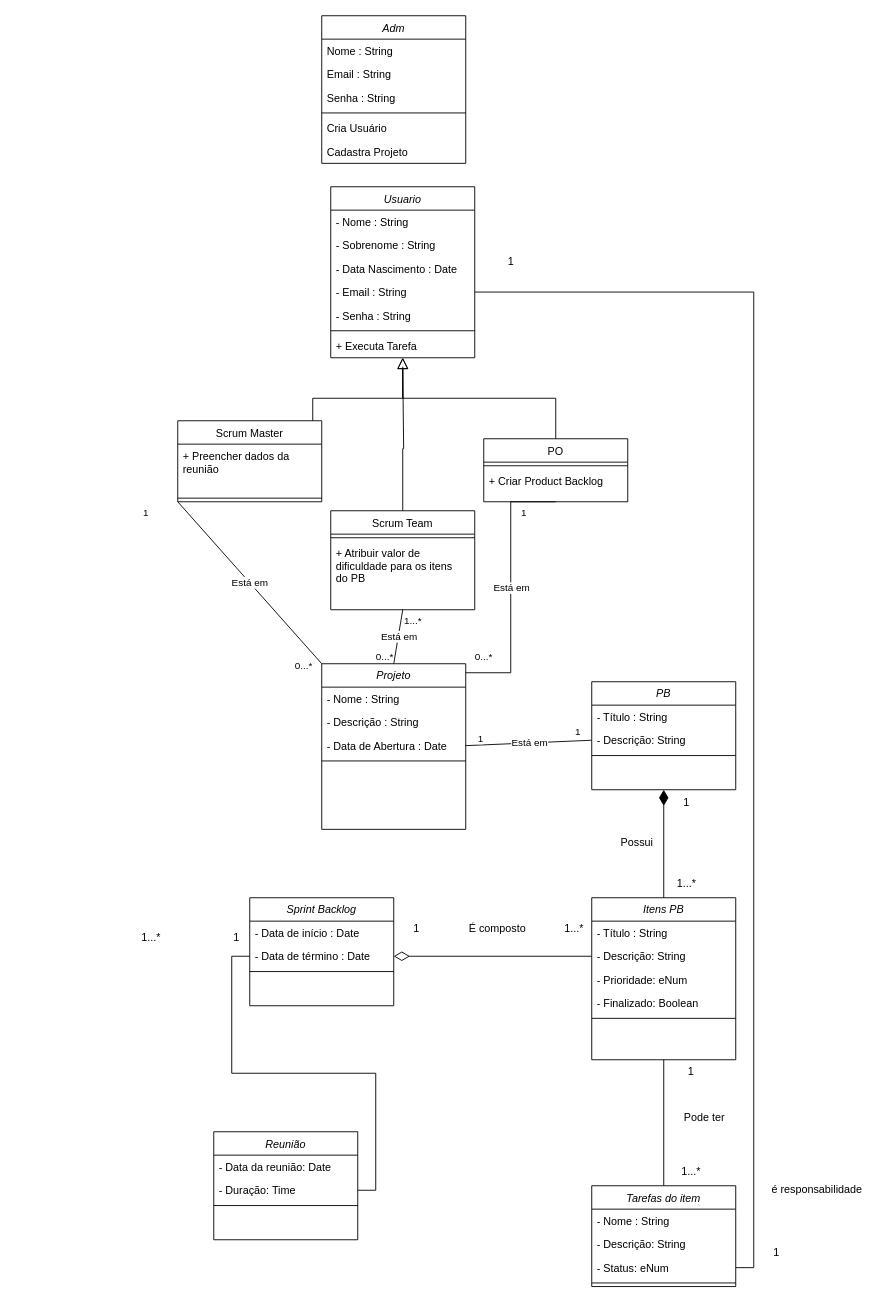
Before: Diagrama sem nome.drawio in JoaoLucasLourenco/academia, a draw.io diagram. Source tidied: cells renumbered, new cells numbered last; positions are measured from the earlier drawing's top-left corner, leaving out a move shared by most shapes. Both pictures are drawn from the tidied source at 90%, with x=0, y=0 at pixel (132, 15).
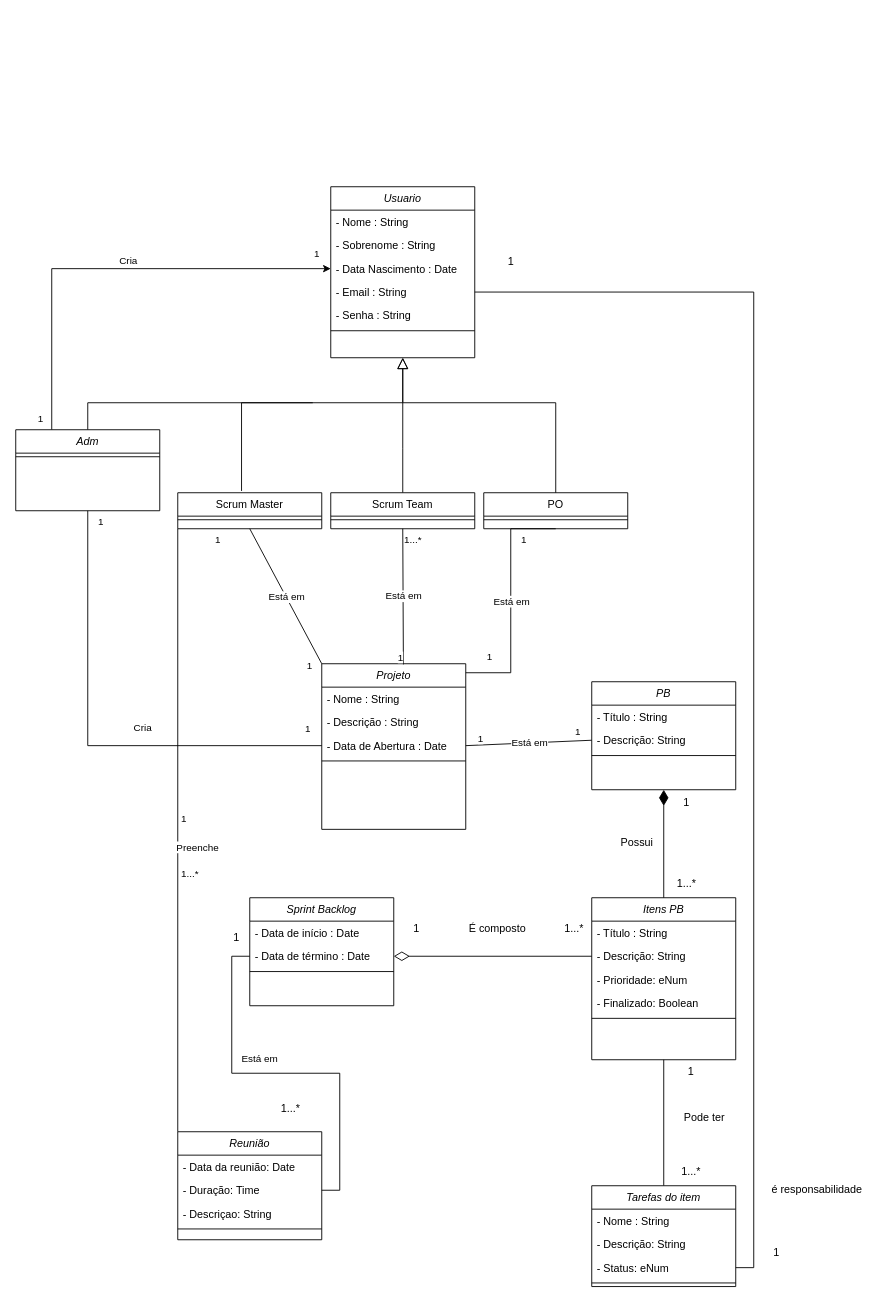
The same page after the edit.

The change refers to these unchanged cells:
```xml
<mxCell id="2" value="Usuario" style="swimlane;fontStyle=2;align=center;verticalAlign=top;horizontal=1;startSize=26;rounded=0;shadow=0;strokeWidth=1;" parent="1" vertex="1">
  <mxGeometry x="220" y="190" width="160" height="190" as="geometry" />
</mxCell>
<mxCell id="5" value="- Data Nascimento : Date" style="text;align=left;verticalAlign=top;spacingLeft=4;spacingRight=4;overflow=hidden;points=[[0,0.5],[1,0.5]];portConstraint=eastwest;" parent="2" vertex="1">
  <mxGeometry y="78" width="160" height="26" as="geometry" />
</mxCell>
<mxCell id="22" value="Projeto" style="swimlane;fontStyle=2;align=center;verticalAlign=top;horizontal=1;startSize=26;rounded=0;shadow=0;strokeWidth=1;" parent="1" vertex="1">
  <mxGeometry x="210" y="720" width="160" height="184" as="geometry" />
</mxCell>
<mxCell id="25" value="- Data de Abertura : Date" style="text;align=left;verticalAlign=top;spacingLeft=4;spacingRight=4;overflow=hidden;points=[[0,0.5],[1,0.5]];portConstraint=eastwest;" parent="22" vertex="1">
  <mxGeometry y="78" width="160" height="26" as="geometry" />
</mxCell>
<mxCell id="43" style="endArrow=none;html=1;rounded=0;entryX=1;entryY=0;entryDx=0;entryDy=0;exitX=0.5;exitY=1;exitDx=0;exitDy=0;edgeStyle=elbowEdgeStyle;endFill=0;" parent="1" edge="1" source="11">
  <mxGeometry relative="1" as="geometry">
    <mxPoint x="370" y="730" as="targetPoint" />
  </mxGeometry>
</mxCell>
```

The edit, as a diff of the source:
```diff
@@
-    <mxCell id="9" value="+ Executa Tarefa" style="text;align=left;verticalAlign=top;spacingLeft=4;spacingRight=4;overflow=hidden;" parent="2" vertex="1">
-      <mxGeometry y="164" width="160" height="26" as="geometry" />
-    </mxCell>
-    <mxCell id="10" style="endArrow=block;endSize=10;endFill=0;shadow=0;strokeWidth=1;rounded=0;curved=0;edgeStyle=elbowEdgeStyle;elbow=vertical;" parent="1" edge="1" target="2">
+    <mxCell id="10" style="endArrow=block;endSize=10;endFill=0;shadow=0;strokeWidth=1;rounded=0;curved=0;edgeStyle=elbowEdgeStyle;elbow=vertical;exitX=0.443;exitY=-0.05;exitDx=0;exitDy=0;exitPerimeter=0;" parent="1" edge="1" source="27" target="2">
       <mxGeometry relative="1" as="geometry">
-        <mxPoint x="200" y="470" as="sourcePoint" />
+        <Array as="points">
+          <mxPoint x="210" y="430" />
+        </Array>
       </mxGeometry>
     </mxCell>
     <mxCell id="11" value="PO" style="swimlane;fontStyle=0;align=center;verticalAlign=top;horizontal=1;startSize=26;rounded=0;shadow=0;strokeWidth=1;" parent="1" vertex="1">
-      <mxGeometry x="390" y="470" width="160" height="70" as="geometry" />
+      <mxGeometry x="390" y="530" width="160" height="40" as="geometry" />
     </mxCell>
@@
-    <mxCell id="13" value="+ Criar Product Backlog" style="text;align=left;verticalAlign=top;spacingLeft=4;spacingRight=4;overflow=hidden;" parent="11" vertex="1">
-      <mxGeometry y="34" width="160" height="26" as="geometry" />
-    </mxCell>
-    <mxCell id="14" style="endArrow=block;endSize=10;endFill=0;shadow=0;strokeWidth=1;rounded=0;curved=0;edgeStyle=elbowEdgeStyle;elbow=vertical;" parent="1" edge="1" source="11" target="2">
-      <mxGeometry relative="1" as="geometry" />
+    <mxCell id="14" style="endArrow=block;endSize=10;endFill=0;shadow=0;strokeWidth=1;rounded=0;curved=0;edgeStyle=elbowEdgeStyle;elbow=vertical;exitX=0.5;exitY=0;exitDx=0;exitDy=0;" parent="1" edge="1" source="11" target="2">
+      <mxGeometry relative="1" as="geometry">
+        <Array as="points">
+          <mxPoint x="390" y="430" />
+        </Array>
+      </mxGeometry>
     </mxCell>
+    <mxCell id="93" style="edgeStyle=orthogonalEdgeStyle;rounded=0;jettySize=auto;html=1;endArrow=none;endFill=0;" parent="1" edge="1" source="15">
+      <mxGeometry relative="1" as="geometry">
+        <mxPoint x="200" y="430" as="targetPoint" />
+        <Array as="points">
+          <mxPoint x="-50" y="430" />
+        </Array>
+      </mxGeometry>
+    </mxCell>
+    <mxCell id="94" style="edgeStyle=orthogonalEdgeStyle;rounded=0;jettySize=auto;html=1;entryX=0;entryY=0.5;entryDx=0;entryDy=0;endArrow=none;endFill=0;" parent="1" edge="1" source="15" target="25">
+      <mxGeometry relative="1" as="geometry" />
+    </mxCell>
+    <mxCell id="95" style="edgeStyle=orthogonalEdgeStyle;rounded=0;jettySize=auto;html=1;exitX=0.25;exitY=0;exitDx=0;exitDy=0;" parent="1" edge="1" source="15" target="5">
+      <mxGeometry relative="1" as="geometry" />
+    </mxCell>
     <mxCell id="15" value="Adm" style="swimlane;fontStyle=2;align=center;verticalAlign=top;horizontal=1;startSize=26;rounded=0;shadow=0;strokeWidth=1;" parent="1" vertex="1">
-      <mxGeometry x="210" width="160" height="164" as="geometry" />
+      <mxGeometry x="-130" y="460" width="160" height="90" as="geometry" />
     </mxCell>
-    <mxCell id="16" value="Nome : String" style="text;align=left;verticalAlign=top;spacingLeft=4;spacingRight=4;overflow=hidden;" parent="15" vertex="1">
-      <mxGeometry y="26" width="160" height="26" as="geometry" />
-    </mxCell>
-    <mxCell id="17" value="Email : String" style="text;align=left;verticalAlign=top;spacingLeft=4;spacingRight=4;overflow=hidden;" parent="15" vertex="1">
-      <mxGeometry y="52" width="160" height="26" as="geometry" />
-    </mxCell>
-    <mxCell id="18" value="Senha : String" style="text;align=left;verticalAlign=top;spacingLeft=4;spacingRight=4;overflow=hidden;" parent="15" vertex="1">
-      <mxGeometry y="78" width="160" height="26" as="geometry" />
-    </mxCell>
     <mxCell id="19" style="line;html=1;strokeWidth=1;align=left;verticalAlign=middle;spacingTop=-1;spacingLeft=3;spacingRight=3;labelPosition=right;" parent="15" vertex="1">
-      <mxGeometry y="104" width="160" height="8" as="geometry" />
+      <mxGeometry y="26" width="160" height="8" as="geometry" />
     </mxCell>
-    <mxCell id="20" value="Cria Usuário" style="text;align=left;verticalAlign=top;spacingLeft=4;spacingRight=4;overflow=hidden;" parent="15" vertex="1">
-      <mxGeometry y="112" width="160" height="26" as="geometry" />
-    </mxCell>
-    <mxCell id="21" value="Cadastra Projeto" style="text;align=left;verticalAlign=top;spacingLeft=4;spacingRight=4;overflow=hidden;" parent="15" vertex="1">
-      <mxGeometry y="138" width="160" height="26" as="geometry" />
-    </mxCell>
@@
+    <mxCell id="96" style="edgeStyle=orthogonalEdgeStyle;rounded=0;jettySize=auto;html=1;exitX=0;exitY=1;exitDx=0;exitDy=0;endArrow=none;endFill=0;entryX=0;entryY=0;entryDx=0;entryDy=0;" parent="1" edge="1" source="27" target="86">
+      <mxGeometry relative="1" as="geometry" />
+    </mxCell>
     <mxCell id="27" value="Scrum Master" style="swimlane;fontStyle=0;align=center;verticalAlign=top;horizontal=1;startSize=26;rounded=0;shadow=0;strokeWidth=1;" parent="1" vertex="1">
-      <mxGeometry x="50" y="450" width="160" height="90" as="geometry" />
+      <mxGeometry x="50" y="530" width="160" height="40" as="geometry" />
     </mxCell>
-    <mxCell id="28" value="+ Preencher dados da &#10;reunião" style="text;align=left;verticalAlign=top;spacingLeft=4;spacingRight=4;overflow=hidden;" parent="27" vertex="1">
-      <mxGeometry y="26" width="160" height="56" as="geometry" />
-    </mxCell>
     <mxCell id="29" style="line;html=1;strokeWidth=1;align=left;verticalAlign=middle;spacingTop=-1;spacingLeft=3;spacingRight=3;labelPosition=right;" parent="27" vertex="1">
-      <mxGeometry y="82" width="160" height="8" as="geometry" />
+      <mxGeometry y="26" width="160" height="8" as="geometry" />
     </mxCell>
-    <mxCell id="30" style="edgeStyle=orthogonalEdgeStyle;rounded=0;jettySize=auto;html=1;endArrow=none;endFill=0;" parent="1" edge="1" source="32">
-      <mxGeometry relative="1" as="geometry">
-        <mxPoint x="300" y="390" as="targetPoint" />
-        <Array as="points">
-          <mxPoint x="300" y="481" />
-          <mxPoint x="301" y="481" />
-          <mxPoint x="301" y="390" />
-        </Array>
-      </mxGeometry>
-    </mxCell>
-    <mxCell id="31" style="edgeStyle=orthogonalEdgeStyle;rounded=0;jettySize=auto;html=1;exitX=0.5;exitY=0;exitDx=0;exitDy=0;" parent="1" edge="1" source="32">
-      <mxGeometry relative="1" as="geometry">
-        <mxPoint x="300.4" y="569.9" as="targetPoint" />
-      </mxGeometry>
-    </mxCell>
+    <mxCell id="97" style="edgeStyle=orthogonalEdgeStyle;rounded=0;jettySize=auto;html=1;endArrow=none;endFill=0;" parent="1" edge="1" source="32">
+      <mxGeometry relative="1" as="geometry">
+        <mxPoint x="300" y="430" as="targetPoint" />
+      </mxGeometry>
+    </mxCell>
     <mxCell id="32" value="Scrum Team" style="swimlane;fontStyle=0;align=center;verticalAlign=top;horizontal=1;startSize=26;rounded=0;shadow=0;strokeWidth=1;" parent="1" vertex="1">
-      <mxGeometry x="220" y="550" width="160" height="110" as="geometry" />
+      <mxGeometry x="220" y="530" width="160" height="40" as="geometry" />
     </mxCell>
@@
-    <mxCell id="34" value="+ Atribuir valor de &#10;dificuldade para os itens &#10;do PB" style="text;align=left;verticalAlign=top;spacingLeft=4;spacingRight=4;overflow=hidden;" parent="32" vertex="1">
-      <mxGeometry y="34" width="160" height="56" as="geometry" />
-    </mxCell>
-    <mxCell id="35" style="endArrow=none;html=1;rounded=0;entryX=0.5;entryY=0;entryDx=0;entryDy=0;exitX=0.5;exitY=1;exitDx=0;exitDy=0;endFill=0;" parent="1" edge="1" source="32" target="22">
+    <mxCell id="35" style="endArrow=none;html=1;rounded=0;entryX=0.567;entryY=0.004;entryDx=0;entryDy=0;exitX=0.5;exitY=1;exitDx=0;exitDy=0;endFill=0;entryPerimeter=0;" parent="1" edge="1" source="32" target="22">
       <mxGeometry relative="1" as="geometry" />
     </mxCell>
@@
-    <mxCell id="38" value="0...*" style="edgeLabel;html=1;align=right;verticalAlign=bottom;" parent="35" vertex="1">
+    <mxCell id="38" value="1" style="edgeLabel;html=1;align=right;verticalAlign=bottom;" parent="35" vertex="1">
       <mxGeometry x="1" relative="1" as="geometry" />
     </mxCell>
-    <mxCell id="39" style="endArrow=none;html=1;rounded=0;entryX=0;entryY=0;entryDx=0;entryDy=0;exitX=0;exitY=1;exitDx=0;exitDy=0;endFill=0;" parent="1" edge="1" source="27" target="22">
+    <mxCell id="39" style="endArrow=none;html=1;rounded=0;entryX=0;entryY=0;entryDx=0;entryDy=0;exitX=0.5;exitY=1;exitDx=0;exitDy=0;endFill=0;" parent="1" edge="1" source="27" target="22">
       <mxGeometry relative="1" as="geometry" />
     </mxCell>
@@
-    <mxCell id="42" value="0...*" style="edgeLabel;html=1;align=right;verticalAlign=bottom;" parent="39" vertex="1">
+    <mxCell id="42" value="1" style="edgeLabel;html=1;align=right;verticalAlign=bottom;" parent="39" vertex="1">
       <mxGeometry x="1" relative="1" as="geometry">
         <mxPoint x="-10" y="10" as="offset" />
       </mxGeometry>
     </mxCell>
@@
-    <mxCell id="46" value="0...*" style="edgeLabel;html=1;align=right;verticalAlign=bottom;" parent="43" vertex="1">
+    <mxCell id="46" value="1" style="edgeLabel;html=1;align=right;verticalAlign=bottom;" parent="43" vertex="1">
       <mxGeometry x="1" relative="1" as="geometry">
         <mxPoint x="30" y="-10" as="offset" />
       </mxGeometry>
     </mxCell>
@@
     <mxCell id="86" value="Reunião" style="swimlane;fontStyle=2;align=center;verticalAlign=top;horizontal=1;startSize=26;rounded=0;shadow=0;strokeWidth=1;" parent="1" vertex="1">
-      <mxGeometry x="90" y="1240" width="160" height="120" as="geometry" />
+      <mxGeometry x="50" y="1240" width="160" height="120" as="geometry" />
     </mxCell>
@@
+    <mxCell id="98" value="- Descriçao: String" style="text;align=left;verticalAlign=top;spacingLeft=4;spacingRight=4;overflow=hidden;" parent="86" vertex="1">
+      <mxGeometry y="78" width="160" height="26" as="geometry" />
+    </mxCell>
     <mxCell id="89" style="line;html=1;strokeWidth=1;align=left;verticalAlign=middle;spacingTop=-1;spacingLeft=3;spacingRight=3;labelPosition=right;" parent="86" vertex="1">
-      <mxGeometry y="78" width="160" height="8" as="geometry" />
+      <mxGeometry y="104" width="160" height="8" as="geometry" />
     </mxCell>
@@
     <mxCell id="92" value="1...*" style="text;html=1;align=center;verticalAlign=middle;strokeColor=none;fillColor=none;" parent="1" vertex="1">
-      <mxGeometry y="1010" width="40" height="30" as="geometry" />
+      <mxGeometry x="155" y="1200" width="40" height="30" as="geometry" />
     </mxCell>
+    <mxCell id="99" value="Está em" style="edgeLabel;html=1;align=center;verticalAlign=middle;" parent="1" vertex="1">
+      <mxGeometry x="140" y="1158" as="geometry" />
+    </mxCell>
+    <mxCell id="100" value="1" style="edgeLabel;html=1;align=left;verticalAlign=bottom;" parent="1" vertex="1">
+      <mxGeometry x="-40" y="570" as="geometry" />
+    </mxCell>
+    <mxCell id="101" value="1" style="edgeLabel;html=1;align=left;verticalAlign=bottom;" parent="1" vertex="1">
+      <mxGeometry x="190" y="800" as="geometry" />
+    </mxCell>
+    <mxCell id="102" value="Cria" style="edgeLabel;html=1;align=center;verticalAlign=middle;" parent="1" vertex="1">
+      <mxGeometry x="10" y="790" as="geometry" />
+    </mxCell>
+    <mxCell id="103" value="Cria" style="edgeLabel;html=1;align=center;verticalAlign=middle;" parent="1" vertex="1">
+      <mxGeometry x="30" y="750" as="geometry">
+        <mxPoint x="-36" y="-479" as="offset" />
+      </mxGeometry>
+    </mxCell>
+    <mxCell id="104" value="1" style="edgeLabel;html=1;align=left;verticalAlign=bottom;" parent="1" vertex="1">
+      <mxGeometry x="200" y="273" as="geometry" />
+    </mxCell>
+    <mxCell id="105" value="1" style="edgeLabel;html=1;align=left;verticalAlign=bottom;" parent="1" vertex="1">
+      <mxGeometry x="210" y="283" as="geometry">
+        <mxPoint x="-317" y="173" as="offset" />
+      </mxGeometry>
+    </mxCell>
+    <mxCell id="106" value="1" style="edgeLabel;html=1;align=left;verticalAlign=bottom;" parent="1" vertex="1">
+      <mxGeometry x="115" y="904" as="geometry">
+        <mxPoint x="-63" y="-4" as="offset" />
+      </mxGeometry>
+    </mxCell>
+    <mxCell id="107" value="Preenche" style="edgeLabel;html=1;align=center;verticalAlign=middle;" parent="1" vertex="1">
+      <mxGeometry x="70" y="919" as="geometry">
+        <mxPoint x="1" y="4" as="offset" />
+      </mxGeometry>
+    </mxCell>
+    <mxCell id="108" value="1...*" style="edgeLabel;html=1;align=left;verticalAlign=bottom;" parent="1" vertex="1">
+      <mxGeometry x="115" y="965" as="geometry">
+        <mxPoint x="-63" y="-4" as="offset" />
+      </mxGeometry>
+    </mxCell>
```
